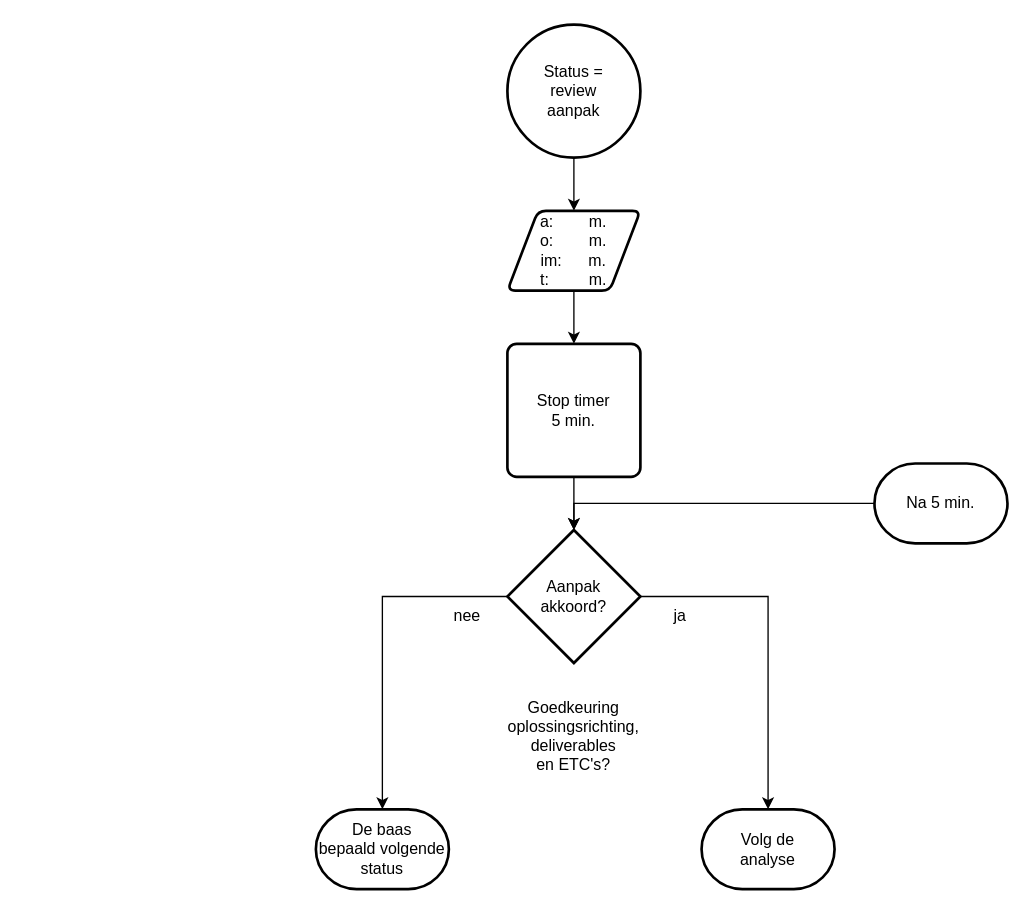
Above: 2 Issue Tracker review aanpak.drawio in Zaibatsu89/IssueTracker (draw.io), before the change. Source tidied: cells renumbered, new cells numbered last; positions are measured from the earlier drawing's top-left corner, leaving out a move shared by most shapes. Both pictures are drawn from the tidied source at 133%, with x=0, y=0 at pixel (315, 24).
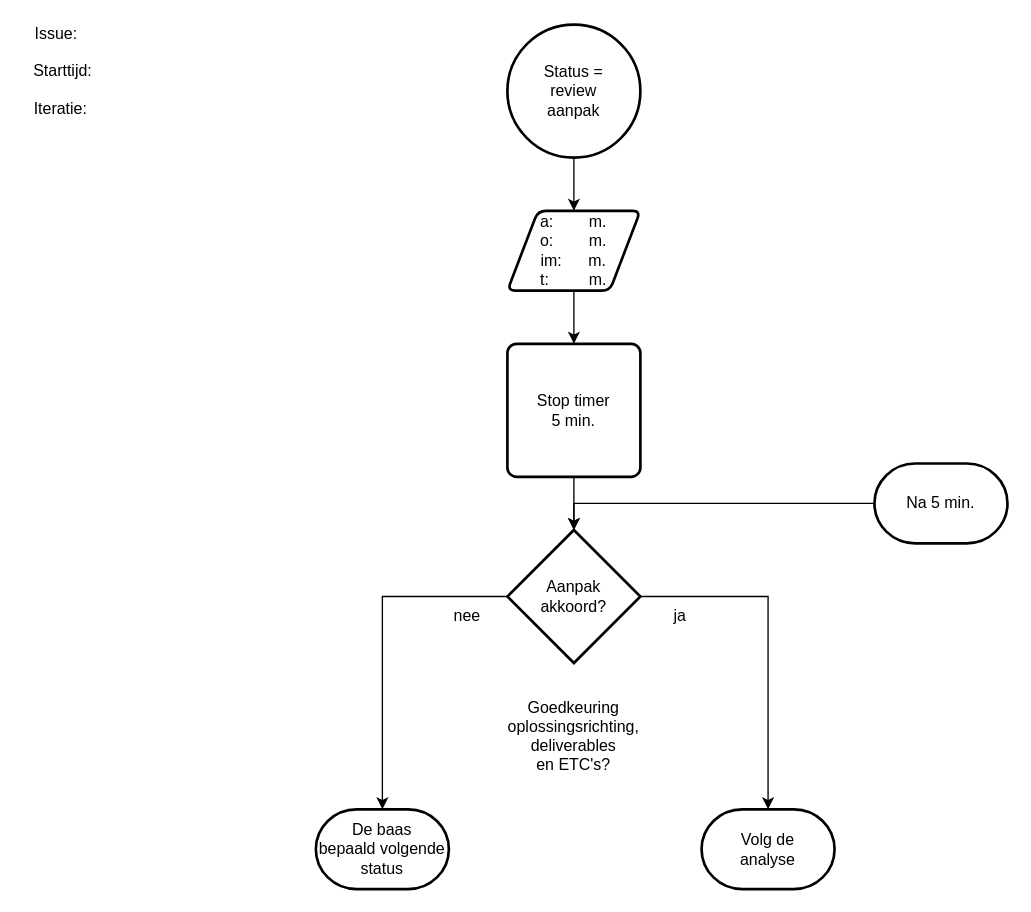
The same page after the edit.

Commit message (it also covers changes not shown here):
issue, starttijd en iteratie in flowcharts

Diff of the diagram source:
```diff
@@
 <mxGraphModel>
   <root>
     <mxCell id="0" />
     <mxCell id="1" parent="0" />
     <mxCell id="2" style="edgeStyle=orthogonalEdgeStyle;rounded=0;jettySize=auto;html=1;" parent="1" edge="1" source="3" target="17">
       <mxGeometry relative="1" as="geometry" />
     </mxCell>
     <mxCell id="3" value="Status =&lt;br&gt;review&lt;br&gt;aanpak" style="strokeWidth=2;html=1;shape=mxgraph.flowchart.start_2;whiteSpace=wrap;" parent="1" vertex="1">
       <mxGeometry x="144" width="100" height="100" as="geometry" />
     </mxCell>
     <mxCell id="4" style="edgeStyle=orthogonalEdgeStyle;rounded=0;jettySize=auto;html=1;" parent="1" edge="1" source="5" target="6">
       <mxGeometry relative="1" as="geometry" />
     </mxCell>
     <mxCell id="5" value="Stop timer&lt;br&gt;5 min." style="rounded=1;whiteSpace=wrap;html=1;absoluteArcSize=1;arcSize=14;strokeWidth=2;" parent="1" vertex="1">
       <mxGeometry x="144" y="240" width="100" height="100" as="geometry" />
     </mxCell>
     <mxCell id="6" value="Aanpak&lt;br&gt;akkoord?" style="strokeWidth=2;html=1;shape=mxgraph.flowchart.decision;whiteSpace=wrap;" parent="1" vertex="1">
       <mxGeometry x="144" y="380" width="100" height="100" as="geometry" />
     </mxCell>
     <mxCell id="7" value="ja" style="text;html=1;whiteSpace=wrap;strokeColor=none;fillColor=none;align=center;verticalAlign=middle;rounded=0;" parent="1" vertex="1">
       <mxGeometry x="244" y="430" width="60" height="30" as="geometry" />
     </mxCell>
     <mxCell id="8" value="De baas&lt;br&gt;bepaald volgende&lt;br&gt;status" style="strokeWidth=2;html=1;shape=mxgraph.flowchart.terminator;whiteSpace=wrap;" parent="1" vertex="1">
       <mxGeometry y="590" width="100" height="60" as="geometry" />
     </mxCell>
     <mxCell id="9" value="nee" style="text;html=1;whiteSpace=wrap;strokeColor=none;fillColor=none;align=center;verticalAlign=middle;rounded=0;" parent="1" vertex="1">
       <mxGeometry x="84" y="430" width="60" height="30" as="geometry" />
     </mxCell>
     <mxCell id="10" value="Na 5 min." style="strokeWidth=2;html=1;shape=mxgraph.flowchart.terminator;whiteSpace=wrap;" parent="1" vertex="1">
       <mxGeometry x="420" y="330" width="100" height="60" as="geometry" />
     </mxCell>
     <mxCell id="11" style="edgeStyle=orthogonalEdgeStyle;rounded=0;jettySize=auto;html=1;exitX=0;exitY=0.5;exitDx=0;exitDy=0;exitPerimeter=0;entryX=0.5;entryY=0;entryDx=0;entryDy=0;entryPerimeter=0;" parent="1" edge="1" source="10" target="6">
       <mxGeometry relative="1" as="geometry" />
     </mxCell>
     <mxCell id="12" value="Volg de&lt;br&gt;analyse" style="strokeWidth=2;html=1;shape=mxgraph.flowchart.terminator;whiteSpace=wrap;" parent="1" vertex="1">
       <mxGeometry x="290" y="590" width="100" height="60" as="geometry" />
     </mxCell>
     <mxCell id="13" value="Goedkeuring&lt;br&gt;oplossingsrichting,&lt;br&gt;deliverables&lt;br&gt;en ETC's?" style="text;html=1;whiteSpace=wrap;strokeColor=none;fillColor=none;align=center;verticalAlign=middle;rounded=0;" parent="1" vertex="1">
       <mxGeometry x="164" y="520" width="60" height="30" as="geometry" />
     </mxCell>
     <mxCell id="14" style="edgeStyle=orthogonalEdgeStyle;rounded=0;jettySize=auto;html=1;exitX=0;exitY=0.5;exitDx=0;exitDy=0;exitPerimeter=0;entryX=0.5;entryY=0;entryDx=0;entryDy=0;entryPerimeter=0;" parent="1" edge="1" source="6" target="8">
       <mxGeometry relative="1" as="geometry" />
     </mxCell>
     <mxCell id="15" style="edgeStyle=orthogonalEdgeStyle;rounded=0;jettySize=auto;html=1;exitX=1;exitY=0.5;exitDx=0;exitDy=0;exitPerimeter=0;entryX=0.5;entryY=0;entryDx=0;entryDy=0;entryPerimeter=0;" parent="1" edge="1" source="6" target="12">
       <mxGeometry relative="1" as="geometry" />
     </mxCell>
     <mxCell id="16" style="edgeStyle=orthogonalEdgeStyle;rounded=0;jettySize=auto;html=1;" parent="1" edge="1" source="17" target="5">
       <mxGeometry relative="1" as="geometry" />
     </mxCell>
     <mxCell id="17" value="a:&amp;nbsp; &amp;nbsp; &amp;nbsp; &amp;nbsp; m.&lt;br&gt;o:&amp;nbsp; &amp;nbsp; &amp;nbsp; &amp;nbsp; m.&lt;br&gt;im:&amp;nbsp; &amp;nbsp; &amp;nbsp; m.&lt;br&gt;t:&amp;nbsp; &amp;nbsp; &amp;nbsp; &amp;nbsp; &amp;nbsp;m." style="shape=parallelogram;html=1;strokeWidth=2;perimeter=parallelogramPerimeter;whiteSpace=wrap;rounded=1;arcSize=12;size=0.23;" parent="1" vertex="1">
       <mxGeometry x="144" y="140" width="100" height="60" as="geometry" />
     </mxCell>
+    <mxCell id="18" value="Issue:&amp;nbsp; &amp;nbsp;&lt;br&gt;&lt;br&gt;Starttijd:&lt;br&gt;&lt;br&gt;Iteratie:&amp;nbsp;" style="text;html=1;align=center;verticalAlign=middle;whiteSpace=wrap;rounded=0;" parent="1" vertex="1">
+      <mxGeometry x="-220" y="20" width="60" height="30" as="geometry" />
+    </mxCell>
   </root>
 </mxGraphModel>
```
